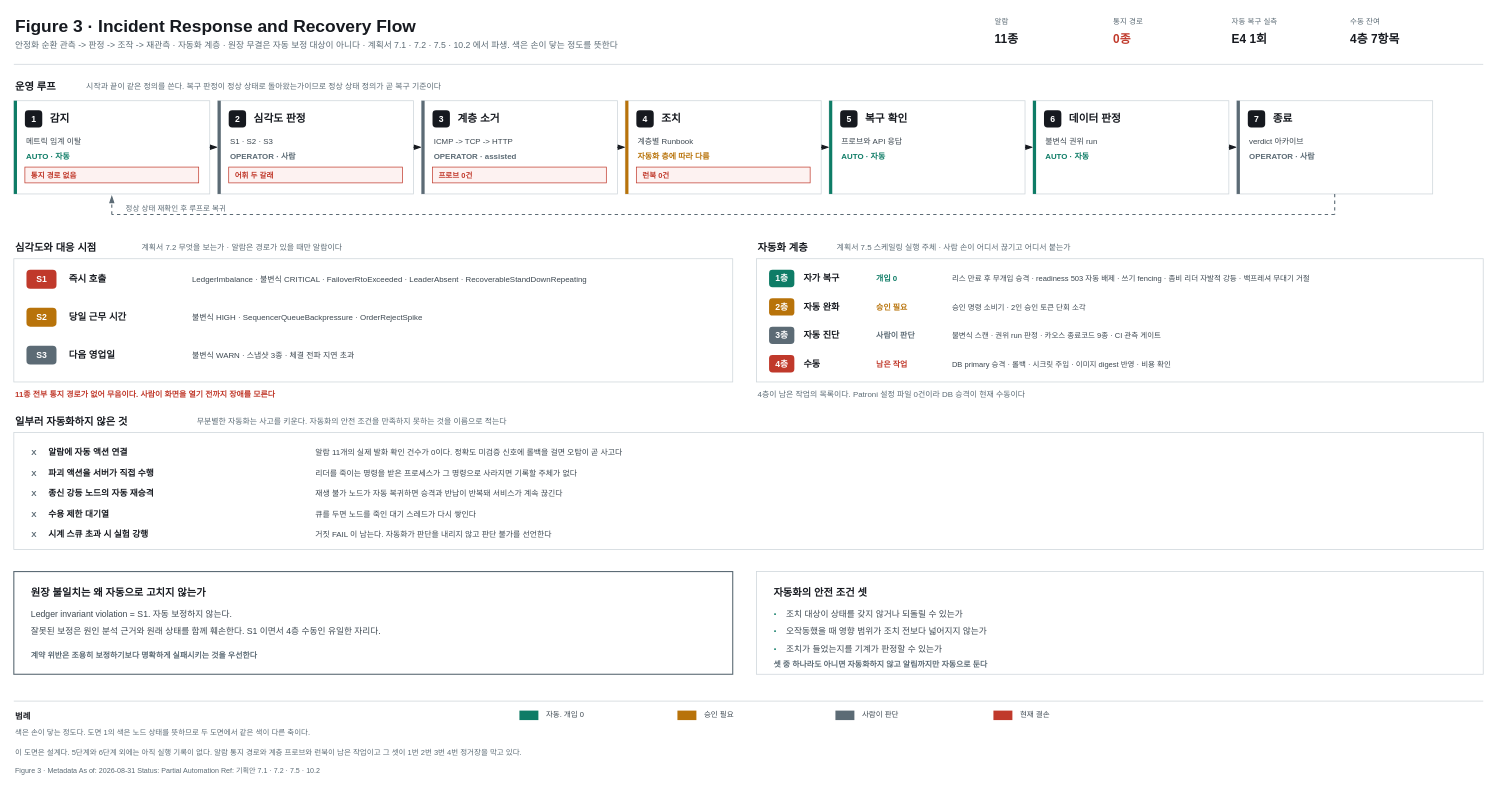
Above: 제출_20260901/diagram/장애대응_흐름.drawio in SanghyeokLee-KR/failstop (draw.io), before the change. Source tidied: cells renumbered, new cells numbered last; positions are measured from the earlier drawing's top-left corner, leaving out a move shared by most shapes. Both pictures are drawn from the tidied source at 79%, with x=0, y=0 at pixel (13, 13).
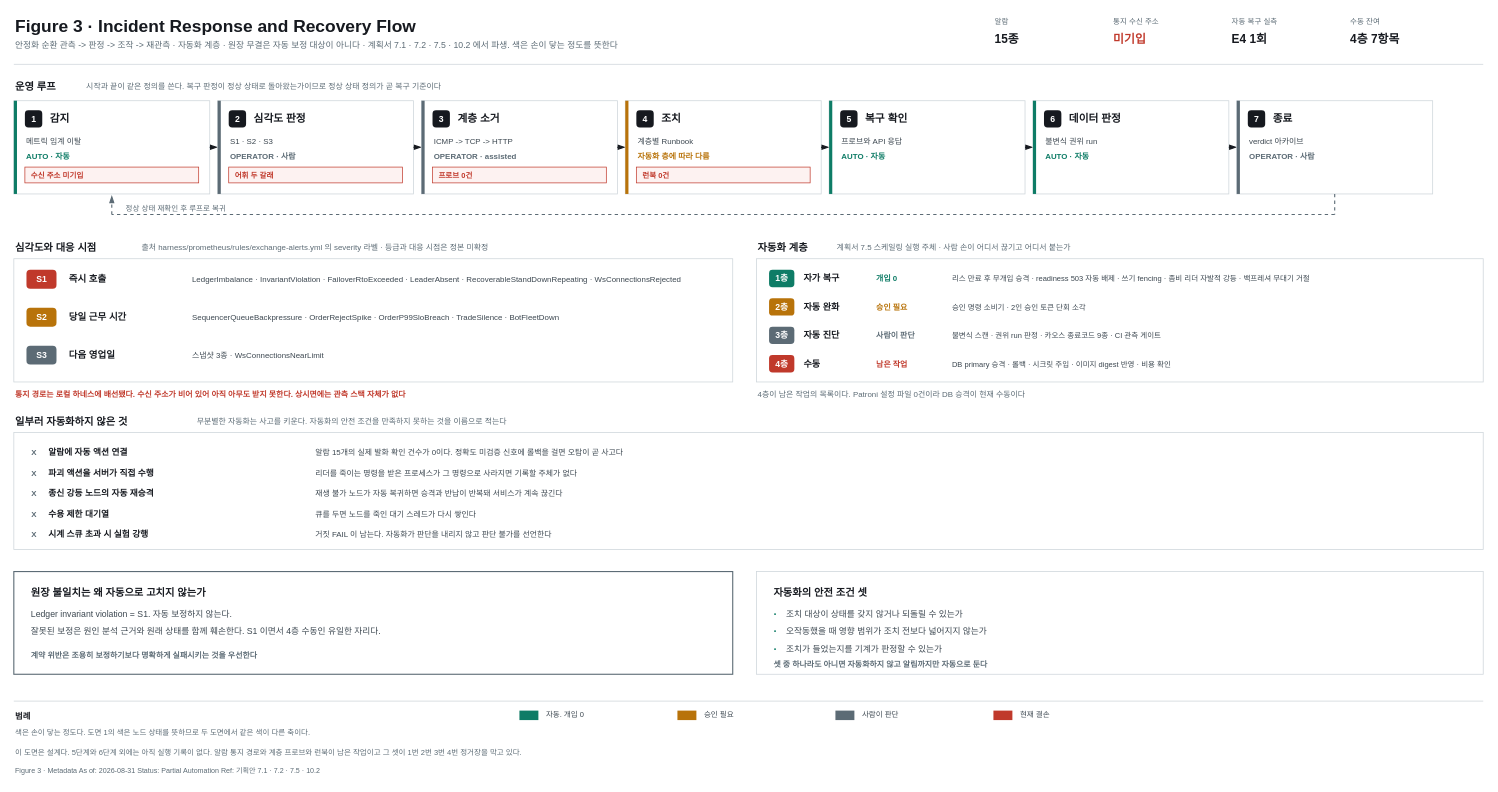
The same page after the edit.

What changed in the source:
```diff
@@
-    <mxCell id="5" value="11종" style="text;html=1;strokeColor=none;fillColor=none;align=left;verticalAlign=middle;whiteSpace=wrap;fontSize=15;fontColor=#16191F;fontStyle=1;fontFamily=Malgun Gothic;" parent="1" vertex="1">
+    <mxCell id="5" value="15종" style="text;html=1;strokeColor=none;fillColor=none;align=left;verticalAlign=middle;whiteSpace=wrap;fontSize=15;fontColor=#16191F;fontStyle=1;fontFamily=Malgun Gothic;" parent="1" vertex="1">
       <mxGeometry x="1240" y="20" width="140" height="22" as="geometry" />
     </mxCell>
-    <mxCell id="6" value="통지 경로" style="text;html=1;strokeColor=none;fillColor=none;align=left;verticalAlign=middle;whiteSpace=wrap;fontSize=9.5;fontColor=#5C6B75;fontStyle=0;fontFamily=Malgun Gothic;" parent="1" vertex="1">
+    <mxCell id="6" value="통지 수신 주소" style="text;html=1;strokeColor=none;fillColor=none;align=left;verticalAlign=middle;whiteSpace=wrap;fontSize=9.5;fontColor=#5C6B75;fontStyle=0;fontFamily=Malgun Gothic;" parent="1" vertex="1">
       <mxGeometry x="1390" y="2" width="140" height="16" as="geometry" />
     </mxCell>
-    <mxCell id="7" value="0종" style="text;html=1;strokeColor=none;fillColor=none;align=left;verticalAlign=middle;whiteSpace=wrap;fontSize=15;fontColor=#C0392B;fontStyle=1;fontFamily=Malgun Gothic;" parent="1" vertex="1">
+    <mxCell id="7" value="미기입" style="text;html=1;strokeColor=none;fillColor=none;align=left;verticalAlign=middle;whiteSpace=wrap;fontSize=15;fontColor=#C0392B;fontStyle=1;fontFamily=Malgun Gothic;" parent="1" vertex="1">
       <mxGeometry x="1390" y="20" width="140" height="22" as="geometry" />
     </mxCell>
@@
-    <mxCell id="21" value="통지 경로 없음" style="rounded=0;html=1;fillColor=#FDF2F1;strokeColor=#C0392B;strokeWidth=0.9;fontSize=9.5;fontColor=#C0392B;fontStyle=1;fontFamily=Malgun Gothic;align=left;spacingLeft=6;" parent="1" vertex="1">
+    <mxCell id="21" value="수신 주소 미기입" style="rounded=0;html=1;fillColor=#FDF2F1;strokeColor=#C0392B;strokeWidth=0.9;fontSize=9.5;fontColor=#C0392B;fontStyle=1;fontFamily=Malgun Gothic;align=left;spacingLeft=6;" parent="1" vertex="1">
       <mxGeometry x="14" y="194" width="220" height="20" as="geometry" />
     </mxCell>
@@
-    <mxCell id="72" value="계획서 7.2 무엇을 보는가 · 알람은 경로가 있을 때만 알람이다" style="text;html=1;strokeColor=none;fillColor=none;align=left;verticalAlign=middle;whiteSpace=wrap;fontSize=10;fontColor=#5C6B75;fontStyle=0;fontFamily=Malgun Gothic;" parent="1" vertex="1">
-      <mxGeometry x="160" y="286" width="400" height="20" as="geometry" />
+    <mxCell id="72" value="출처 harness/prometheus/rules/exchange-alerts.yml 의 severity 라벨 · 등급과 대응 시점은 정본 미확정" style="text;html=1;strokeColor=none;fillColor=none;align=left;verticalAlign=middle;whiteSpace=wrap;fontSize=10;fontColor=#5C6B75;fontStyle=0;fontFamily=Malgun Gothic;" parent="1" vertex="1">
+      <mxGeometry x="160" y="286" width="740" height="20" as="geometry" />
     </mxCell>
@@
-    <mxCell id="76" value="LedgerImbalance · 불변식 CRITICAL · FailoverRtoExceeded · LeaderAbsent · RecoverableStandDownRepeating" style="text;html=1;strokeColor=none;fillColor=none;align=left;verticalAlign=middle;whiteSpace=wrap;fontSize=10;fontColor=#3C4750;fontStyle=0;fontFamily=Malgun Gothic;" parent="1" vertex="1">
+    <mxCell id="76" value="LedgerImbalance · InvariantViolation · FailoverRtoExceeded · LeaderAbsent · RecoverableStandDownRepeating · WsConnectionsRejected" style="text;html=1;strokeColor=none;fillColor=none;align=left;verticalAlign=middle;whiteSpace=wrap;fontSize=10;fontColor=#3C4750;fontStyle=0;fontFamily=Malgun Gothic;" parent="1" vertex="1">
       <mxGeometry x="224" y="324" width="670" height="24" as="geometry" />
     </mxCell>
@@
-    <mxCell id="79" value="불변식 HIGH · SequencerQueueBackpressure · OrderRejectSpike" style="text;html=1;strokeColor=none;fillColor=none;align=left;verticalAlign=middle;whiteSpace=wrap;fontSize=10;fontColor=#3C4750;fontStyle=0;fontFamily=Malgun Gothic;" parent="1" vertex="1">
+    <mxCell id="79" value="SequencerQueueBackpressure · OrderRejectSpike · OrderP99SloBreach · TradeSilence · BotFleetDown" style="text;html=1;strokeColor=none;fillColor=none;align=left;verticalAlign=middle;whiteSpace=wrap;fontSize=10;fontColor=#3C4750;fontStyle=0;fontFamily=Malgun Gothic;" parent="1" vertex="1">
       <mxGeometry x="224" y="372" width="670" height="24" as="geometry" />
     </mxCell>
@@
-    <mxCell id="82" value="불변식 WARN · 스냅샷 3종 · 체결 전파 지연 초과" style="text;html=1;strokeColor=none;fillColor=none;align=left;verticalAlign=middle;whiteSpace=wrap;fontSize=10;fontColor=#3C4750;fontStyle=0;fontFamily=Malgun Gothic;" parent="1" vertex="1">
+    <mxCell id="82" value="스냅샷 3종 · WsConnectionsNearLimit" style="text;html=1;strokeColor=none;fillColor=none;align=left;verticalAlign=middle;whiteSpace=wrap;fontSize=10;fontColor=#3C4750;fontStyle=0;fontFamily=Malgun Gothic;" parent="1" vertex="1">
       <mxGeometry x="224" y="420" width="670" height="24" as="geometry" />
     </mxCell>
-    <mxCell id="83" value="11종 전부 통지 경로가 없어 무음이다. 사람이 화면을 열기 전까지 장애를 모른다" style="text;html=1;strokeColor=none;fillColor=none;align=left;verticalAlign=middle;whiteSpace=wrap;fontSize=10;fontColor=#C0392B;fontStyle=1;fontFamily=Malgun Gothic;" parent="1" vertex="1">
+    <mxCell id="83" value="통지 경로는 로컬 하네스에 배선됐다. 수신 주소가 비어 있어 아직 아무도 받지 못한다. 상시면에는 관측 스택 자체가 없다" style="text;html=1;strokeColor=none;fillColor=none;align=left;verticalAlign=middle;whiteSpace=wrap;fontSize=10;fontColor=#C0392B;fontStyle=1;fontFamily=Malgun Gothic;" parent="1" vertex="1">
       <mxGeometry y="472" width="910" height="18" as="geometry" />
     </mxCell>
@@
-    <mxCell id="109" value="알람 11개의 실제 발화 확인 건수가 0이다. 정확도 미검증 신호에 롤백을 걸면 오탐이 곧 사고다" style="text;html=1;strokeColor=none;fillColor=none;align=left;verticalAlign=middle;whiteSpace=wrap;fontSize=10;fontColor=#3C4750;fontStyle=0;fontFamily=Malgun Gothic;" parent="1" vertex="1">
+    <mxCell id="109" value="알람 15개의 실제 발화 확인 건수가 0이다. 정확도 미검증 신호에 롤백을 걸면 오탐이 곧 사고다" style="text;html=1;strokeColor=none;fillColor=none;align=left;verticalAlign=middle;whiteSpace=wrap;fontSize=10;fontColor=#3C4750;fontStyle=0;fontFamily=Malgun Gothic;" parent="1" vertex="1">
       <mxGeometry x="380" y="544" width="1460" height="22" as="geometry" />
     </mxCell>
```
